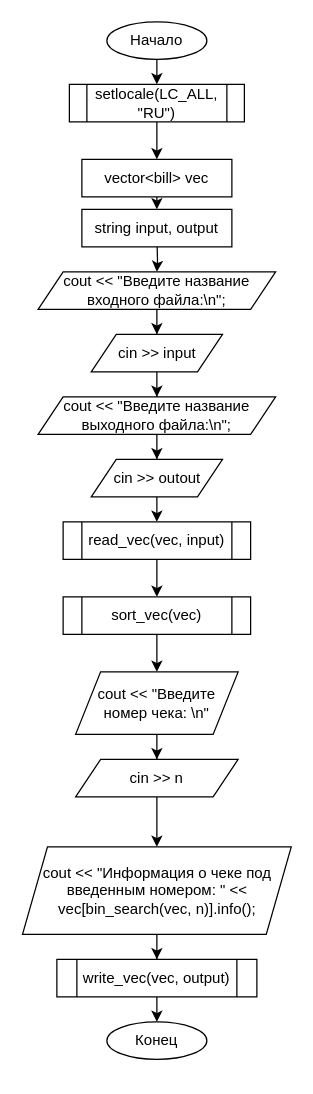
Idontlikeni/Uni_docs keeps this draw.io diagram as Algo_dann_2_curs/pics/Pr_11.drawio. Above is the earlier version. Source tidied: cells renumbered, new cells numbered last; positions are measured from the earlier drawing's top-left corner, leaving out a move shared by most shapes. Both pictures are drawn from the tidied source at 125%, with x=0, y=0 at pixel (21, 21).
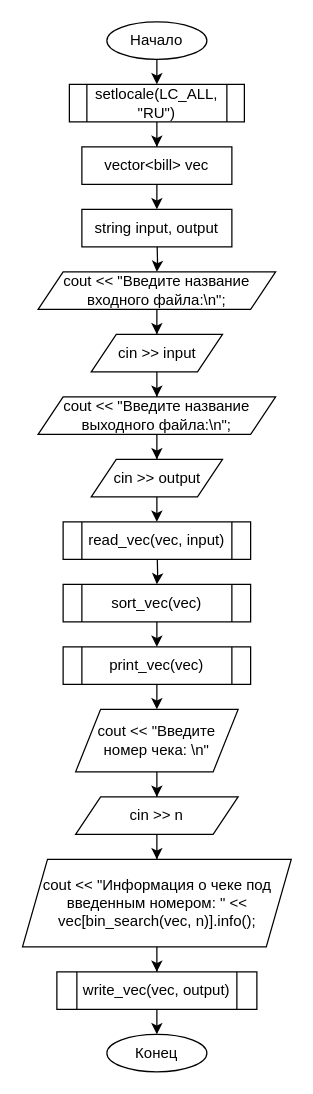
Above is the later version.

The change refers to these unchanged cells:
```xml
<mxCell id="15" value="read_vec(vec, input)" style="shape=process;whiteSpace=wrap;html=1;backgroundOutline=1;" parent="1" vertex="1">
  <mxGeometry x="33" y="400" width="150" height="30" as="geometry" />
</mxCell>
```

Change to the diagram source:
```diff
@@
-    <mxCell id="13" value="cin &amp;gt;&amp;gt; outout" style="shape=parallelogram;perimeter=parallelogramPerimeter;whiteSpace=wrap;html=1;fixedSize=1;" parent="1" vertex="1">
+    <mxCell id="13" value="cin &amp;gt;&amp;gt; output" style="shape=parallelogram;perimeter=parallelogramPerimeter;whiteSpace=wrap;html=1;fixedSize=1;" parent="1" vertex="1">
       <mxGeometry x="55.5" y="350" width="105" height="30" as="geometry" />
     </mxCell>
-    <mxCell id="14" style="edgeStyle=orthogonalEdgeStyle;rounded=0;jettySize=auto;html=1;" parent="1" edge="1" source="15" target="21">
-      <mxGeometry relative="1" as="geometry" />
+    <mxCell id="14" style="edgeStyle=orthogonalEdgeStyle;rounded=0;jettySize=auto;html=1;" parent="1" edge="1" target="21">
+      <mxGeometry relative="1" as="geometry">
+        <mxPoint x="108.1" y="420" as="sourcePoint" />
+      </mxGeometry>
     </mxCell>
@@
     <mxCell id="19" value="vector&amp;lt;bill&amp;gt; vec" style="rounded=0;whiteSpace=wrap;html=1;" parent="1" vertex="1">
-      <mxGeometry x="48" y="110" width="120" height="30" as="geometry" />
+      <mxGeometry x="48" y="100" width="120" height="30" as="geometry" />
     </mxCell>
-    <mxCell id="20" style="edgeStyle=orthogonalEdgeStyle;rounded=0;jettySize=auto;html=1;" parent="1" edge="1" source="21" target="23">
-      <mxGeometry relative="1" as="geometry" />
-    </mxCell>
+    <mxCell id="31" style="edgeStyle=orthogonalEdgeStyle;rounded=0;jettySize=auto;html=1;exitX=0.5;exitY=1;exitDx=0;exitDy=0;entryX=0.5;entryY=0;entryDx=0;entryDy=0;" parent="1" edge="1" target="33">
+      <mxGeometry relative="1" as="geometry">
+        <mxPoint x="108" y="470" as="sourcePoint" />
+      </mxGeometry>
+    </mxCell>
     <mxCell id="21" value="sort_vec(vec)" style="shape=process;whiteSpace=wrap;html=1;backgroundOutline=1;" parent="1" vertex="1">
-      <mxGeometry x="33" y="460" width="150" height="30" as="geometry" />
+      <mxGeometry x="33" y="450" width="150" height="30" as="geometry" />
     </mxCell>
@@
     <mxCell id="23" value="cout &amp;lt;&amp;lt; &quot;Введите номер чека: \n&quot;" style="shape=parallelogram;perimeter=parallelogramPerimeter;whiteSpace=wrap;html=1;fixedSize=1;" parent="1" vertex="1">
-      <mxGeometry x="43" y="520" width="130" height="50" as="geometry" />
+      <mxGeometry x="43" y="550" width="130" height="50" as="geometry" />
     </mxCell>
@@
     <mxCell id="25" value="cin &amp;gt;&amp;gt; n" style="shape=parallelogram;perimeter=parallelogramPerimeter;whiteSpace=wrap;html=1;fixedSize=1;" parent="1" vertex="1">
-      <mxGeometry x="43" y="590" width="130" height="30" as="geometry" />
+      <mxGeometry x="43" y="620" width="130" height="30" as="geometry" />
     </mxCell>
@@
     <mxCell id="27" value="cout &amp;lt;&amp;lt; &quot;Информация о чеке под введенным номером: &quot; &amp;lt;&amp;lt; vec[bin_search(vec, n)].info();" style="shape=parallelogram;perimeter=parallelogramPerimeter;whiteSpace=wrap;html=1;fixedSize=1;" parent="1" vertex="1">
-      <mxGeometry x="0.5" y="660" width="215" height="70" as="geometry" />
+      <mxGeometry x="0.5" y="670" width="215" height="70" as="geometry" />
     </mxCell>
@@
     <mxCell id="29" value="write_vec(vec, output)" style="shape=process;whiteSpace=wrap;html=1;backgroundOutline=1;" parent="1" vertex="1">
-      <mxGeometry x="28" y="750" width="160" height="30" as="geometry" />
+      <mxGeometry x="28" y="760" width="160" height="30" as="geometry" />
     </mxCell>
     <mxCell id="30" value="Конец" style="ellipse;whiteSpace=wrap;html=1;" parent="1" vertex="1">
-      <mxGeometry x="68" y="800" width="80" height="30" as="geometry" />
+      <mxGeometry x="68" y="810" width="80" height="30" as="geometry" />
     </mxCell>
+    <mxCell id="32" style="edgeStyle=orthogonalEdgeStyle;rounded=0;jettySize=auto;html=1;exitX=0.5;exitY=1;exitDx=0;exitDy=0;entryX=0.5;entryY=0;entryDx=0;entryDy=0;" parent="1" edge="1" source="33" target="23">
+      <mxGeometry relative="1" as="geometry" />
+    </mxCell>
+    <mxCell id="33" value="print_vec(vec)" style="shape=process;whiteSpace=wrap;html=1;backgroundOutline=1;" parent="1" vertex="1">
+      <mxGeometry x="33" y="500" width="150" height="30" as="geometry" />
+    </mxCell>
```
